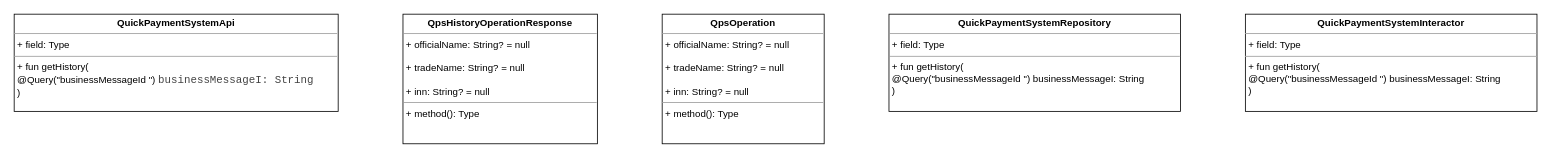
Above: UNI-14774.drawio in ShiryaevNikolay/diagrams (draw.io), before the change. Source tidied: cells renumbered, new cells numbered last; positions are measured from the earlier drawing's top-left corner, leaving out a move shared by most shapes. Both pictures are drawn from the tidied source at 81%, with x=0, y=0 at pixel (14, 14).
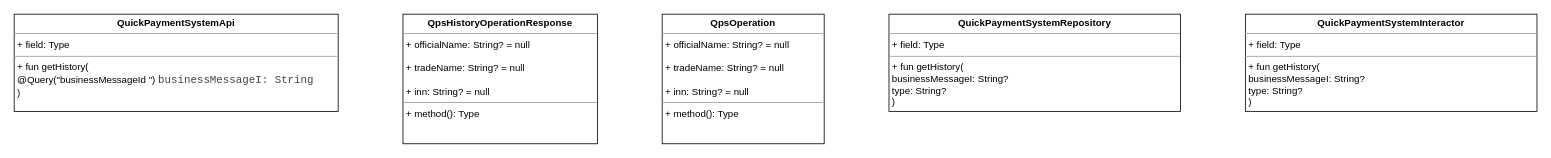
The same diagram, later.

Change to the diagram source:
```diff
@@
 <mxGraphModel>
   <root>
     <mxCell id="0" />
     <mxCell id="1" parent="0" />
     <mxCell id="2" value="&lt;p style=&quot;margin: 0px ; margin-top: 4px ; text-align: center&quot;&gt;&lt;b&gt;QuickPaymentSystemApi&lt;/b&gt;&lt;/p&gt;&lt;hr size=&quot;1&quot;&gt;&lt;p style=&quot;margin: 0px ; margin-left: 4px&quot;&gt;+ field: Type&lt;/p&gt;&lt;hr size=&quot;1&quot;&gt;&lt;p style=&quot;margin: 0px ; margin-left: 4px&quot;&gt;+ fun getHistory(&lt;/p&gt;&lt;p style=&quot;margin: 0px ; margin-left: 4px&quot;&gt;&lt;span&gt; &lt;/span&gt;@Query(&quot;businessMessageId &quot;) &lt;span style=&quot;font-size: 10pt ; font-family: &amp;#34;courier new&amp;#34; ; color: rgb(67 , 67 , 67) ; background-color: transparent ; font-weight: 400 ; font-style: normal ; font-variant: normal ; text-decoration: none ; vertical-align: baseline&quot; id=&quot;docs-internal-guid-493928ac-7fff-fcde-9f78-01a0bb1bc673&quot;&gt;businessMessageI: String&lt;/span&gt;&lt;span style=&quot;font-size: 11pt ; font-family: &amp;#34;pt sans&amp;#34; , sans-serif ; color: rgb(67 , 67 , 67) ; background-color: transparent ; font-weight: 400 ; font-style: normal ; font-variant: normal ; text-decoration: none ; vertical-align: baseline&quot;&gt; &lt;/span&gt;&lt;/p&gt;&lt;p style=&quot;margin: 0px ; margin-left: 4px&quot;&gt;)&lt;/p&gt;" style="verticalAlign=top;align=left;overflow=fill;fontSize=12;fontFamily=Helvetica;html=1;" parent="1" vertex="1">
       <mxGeometry width="400" height="120" as="geometry" />
     </mxCell>
     <mxCell id="3" value="&lt;p style=&quot;margin: 0px ; margin-top: 4px ; text-align: center&quot;&gt;&lt;b&gt;QpsHistoryOperationResponse&lt;/b&gt;&lt;/p&gt;&lt;hr size=&quot;1&quot;&gt;&lt;p style=&quot;margin: 0px ; margin-left: 4px&quot;&gt;+ officialName: String? = null&lt;/p&gt;&lt;p style=&quot;margin: 0px ; margin-left: 4px&quot;&gt;&lt;br&gt;&lt;/p&gt;&lt;p style=&quot;margin: 0px ; margin-left: 4px&quot;&gt;+ tradeName: String? = null&lt;/p&gt;&lt;p style=&quot;margin: 0px ; margin-left: 4px&quot;&gt;&lt;br&gt;&lt;/p&gt;&lt;p style=&quot;margin: 0px ; margin-left: 4px&quot;&gt;+ inn: String? = null&lt;/p&gt;&lt;hr size=&quot;1&quot;&gt;&lt;p style=&quot;margin: 0px ; margin-left: 4px&quot;&gt;+ method(): Type&lt;/p&gt;" style="verticalAlign=top;align=left;overflow=fill;fontSize=12;fontFamily=Helvetica;html=1;" parent="1" vertex="1">
       <mxGeometry x="480" width="240" height="160" as="geometry" />
     </mxCell>
     <mxCell id="4" value="&lt;p style=&quot;margin: 0px ; margin-top: 4px ; text-align: center&quot;&gt;&lt;b&gt;QpsOperation&lt;/b&gt;&lt;/p&gt;&lt;hr size=&quot;1&quot;&gt;&lt;p style=&quot;margin: 0px ; margin-left: 4px&quot;&gt;+ officialName: String? = null&lt;br&gt;&lt;br&gt;+ tradeName: String? = null&lt;br&gt;&lt;br&gt;+ inn: String? = null&lt;/p&gt;&lt;hr size=&quot;1&quot;&gt;&lt;p style=&quot;margin: 0px ; margin-left: 4px&quot;&gt;+ method(): Type&lt;/p&gt;" style="verticalAlign=top;align=left;overflow=fill;fontSize=12;fontFamily=Helvetica;html=1;" parent="1" vertex="1">
       <mxGeometry x="800" width="200" height="160" as="geometry" />
     </mxCell>
-    <mxCell id="5" value="&lt;p style=&quot;margin: 0px ; margin-top: 4px ; text-align: center&quot;&gt;&lt;b&gt;QuickPaymentSystemRepository&lt;/b&gt;&lt;/p&gt;&lt;hr size=&quot;1&quot;&gt;&lt;p style=&quot;margin: 0px ; margin-left: 4px&quot;&gt;+ field: Type&lt;/p&gt;&lt;hr size=&quot;1&quot;&gt;&lt;p style=&quot;margin: 0px ; margin-left: 4px&quot;&gt;+ fun getHistory(&lt;/p&gt;&lt;p style=&quot;margin: 0px ; margin-left: 4px&quot;&gt;@Query(&quot;businessMessageId &quot;) businessMessageI: String&lt;br&gt;&lt;/p&gt;&lt;p style=&quot;margin: 0px ; margin-left: 4px&quot;&gt;)&lt;/p&gt;" style="verticalAlign=top;align=left;overflow=fill;fontSize=12;fontFamily=Helvetica;html=1;" parent="1" vertex="1">
+    <mxCell id="5" value="&lt;p style=&quot;margin: 0px ; margin-top: 4px ; text-align: center&quot;&gt;&lt;b&gt;QuickPaymentSystemRepository&lt;/b&gt;&lt;/p&gt;&lt;hr size=&quot;1&quot;&gt;&lt;p style=&quot;margin: 0px ; margin-left: 4px&quot;&gt;+ field: Type&lt;/p&gt;&lt;hr size=&quot;1&quot;&gt;&lt;p style=&quot;margin: 0px ; margin-left: 4px&quot;&gt;+ fun getHistory(&lt;/p&gt;&lt;p style=&quot;margin: 0px ; margin-left: 4px&quot;&gt;businessMessageI: String?&lt;/p&gt;&lt;p style=&quot;margin: 0px ; margin-left: 4px&quot;&gt;type: String?&lt;br&gt;&lt;/p&gt;&lt;p style=&quot;margin: 0px ; margin-left: 4px&quot;&gt;)&lt;/p&gt;" style="verticalAlign=top;align=left;overflow=fill;fontSize=12;fontFamily=Helvetica;html=1;" parent="1" vertex="1">
       <mxGeometry x="1080" width="360" height="120" as="geometry" />
     </mxCell>
-    <mxCell id="6" value="&lt;p style=&quot;margin: 0px ; margin-top: 4px ; text-align: center&quot;&gt;&lt;b&gt;QuickPaymentSystemInteractor&lt;/b&gt;&lt;/p&gt;&lt;hr size=&quot;1&quot;&gt;&lt;p style=&quot;margin: 0px ; margin-left: 4px&quot;&gt;+ field: Type&lt;/p&gt;&lt;hr size=&quot;1&quot;&gt;&lt;p style=&quot;margin: 0px ; margin-left: 4px&quot;&gt;+ fun getHistory(&lt;/p&gt;&lt;p style=&quot;margin: 0px ; margin-left: 4px&quot;&gt;@Query(&quot;businessMessageId &quot;) businessMessageI: String&lt;br&gt;&lt;/p&gt;&lt;p style=&quot;margin: 0px ; margin-left: 4px&quot;&gt;)&lt;/p&gt;" style="verticalAlign=top;align=left;overflow=fill;fontSize=12;fontFamily=Helvetica;html=1;" parent="1" vertex="1">
+    <mxCell id="6" value="&lt;p style=&quot;margin: 0px ; margin-top: 4px ; text-align: center&quot;&gt;&lt;b&gt;QuickPaymentSystemInteractor&lt;/b&gt;&lt;/p&gt;&lt;hr size=&quot;1&quot;&gt;&lt;p style=&quot;margin: 0px ; margin-left: 4px&quot;&gt;+ field: Type&lt;/p&gt;&lt;hr size=&quot;1&quot;&gt;&lt;p style=&quot;margin: 0px ; margin-left: 4px&quot;&gt;+ fun getHistory(&lt;/p&gt;&lt;p style=&quot;margin: 0px ; margin-left: 4px&quot;&gt;businessMessageI: String?&lt;br&gt;type: String?&lt;br&gt;&lt;/p&gt;&lt;p style=&quot;margin: 0px ; margin-left: 4px&quot;&gt;)&lt;/p&gt;" style="verticalAlign=top;align=left;overflow=fill;fontSize=12;fontFamily=Helvetica;html=1;" parent="1" vertex="1">
       <mxGeometry x="1520" width="360" height="120" as="geometry" />
     </mxCell>
   </root>
 </mxGraphModel>
```
